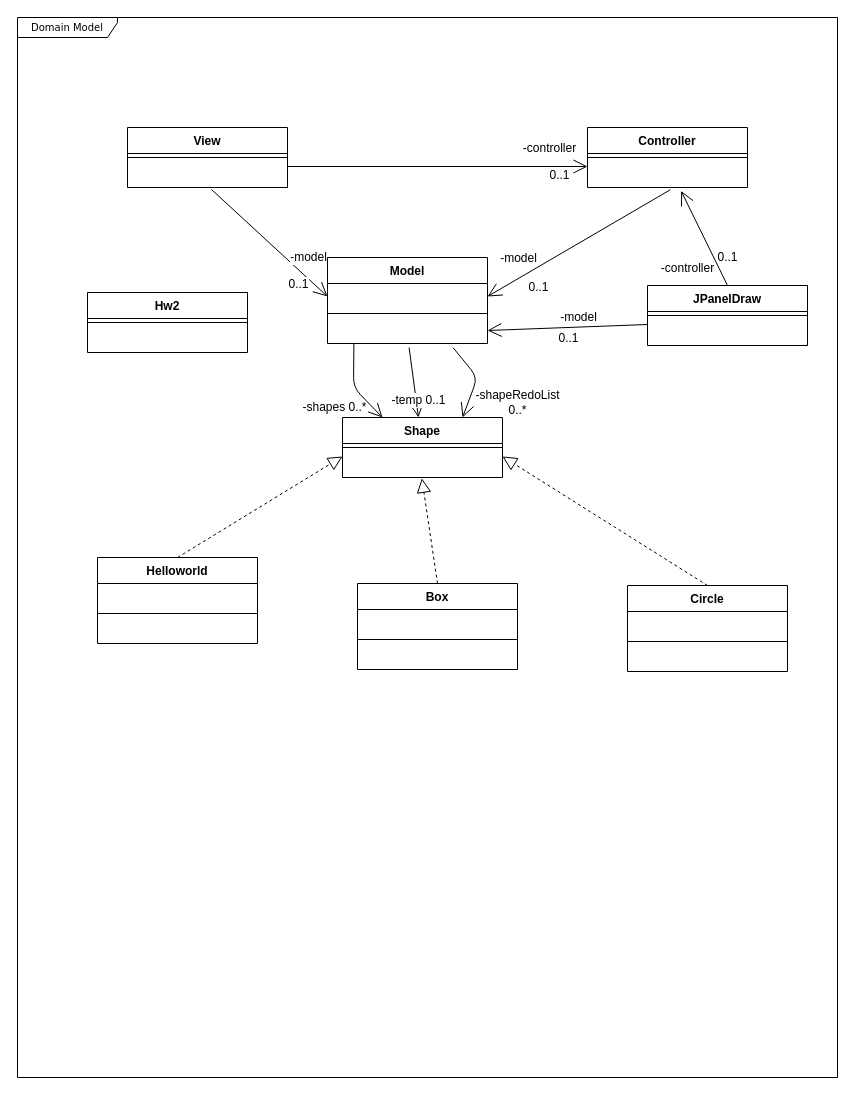
andrewduong77/cse4361 keeps this draw.io diagram as Homework/Homework 2/Domain Model.drawio. Above is the earlier version. Source tidied: cells renumbered, new cells numbered last; positions are measured from the earlier drawing's top-left corner, leaving out a move shared by most shapes. Both pictures are drawn from the tidied source at 100%, with x=0, y=0 at pixel (17, 17).
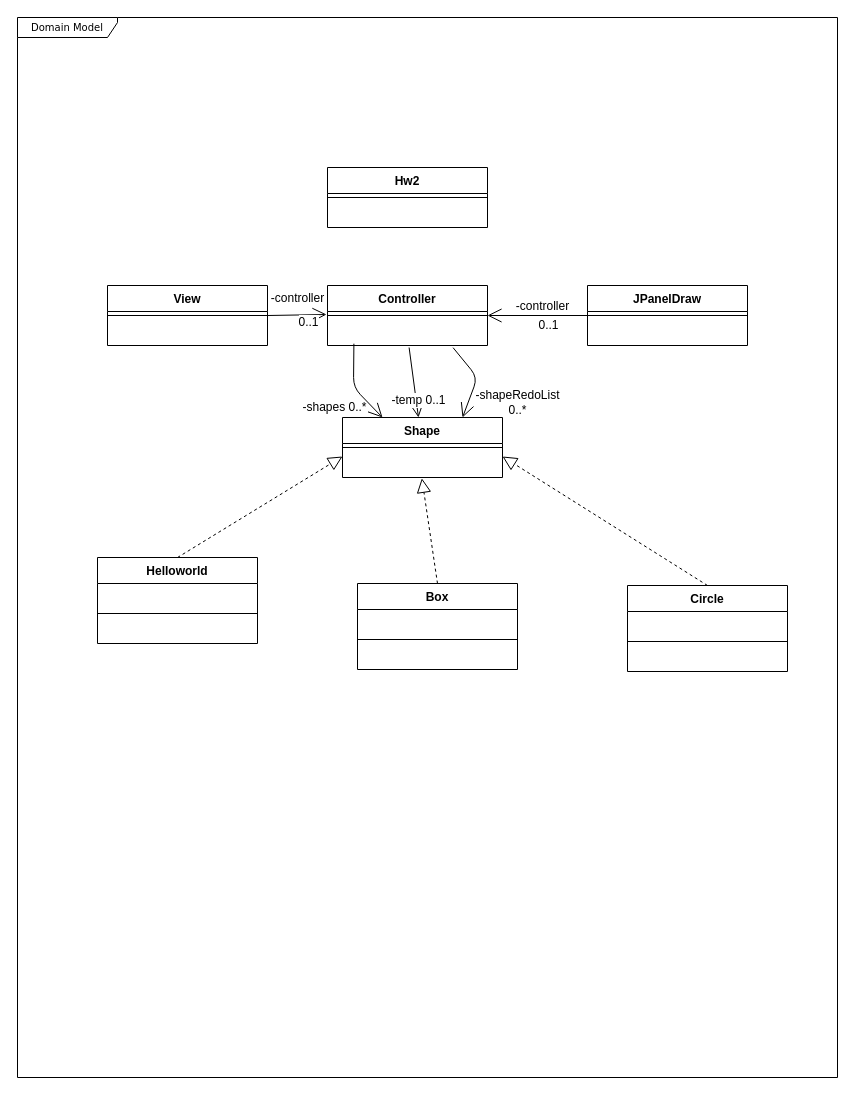
The same diagram, later.

Unchanged cells that the change refers to:
```xml
<mxCell id="5" value=" " style="text;strokeColor=none;fillColor=none;align=left;verticalAlign=top;spacingLeft=4;spacingRight=4;overflow=hidden;points=[[0,0.5],[1,0.5]];portConstraint=eastwest;" parent="3" vertex="1">
  <mxGeometry y="34" width="160" height="26" as="geometry" />
</mxCell>
<mxCell id="8" value=" " style="text;strokeColor=none;fillColor=none;align=left;verticalAlign=top;spacingLeft=4;spacingRight=4;overflow=hidden;points=[[0,0.5],[1,0.5]];portConstraint=eastwest;" parent="6" vertex="1">
  <mxGeometry y="34" width="160" height="26" as="geometry" />
</mxCell>
<mxCell id="19" value="Shape" style="swimlane;fontStyle=1;align=center;verticalAlign=top;horizontal=1;startSize=26;" parent="1" vertex="1">
  <mxGeometry x="325" y="400" width="160" height="60" as="geometry" />
</mxCell>
```

The edit, as a diff of the source:
```diff
@@
     <mxCell id="3" value="View" style="swimlane;fontStyle=1;align=center;verticalAlign=top;horizontal=1;startSize=26;" parent="1" vertex="1">
-      <mxGeometry x="110" y="110" width="160" height="60" as="geometry" />
+      <mxGeometry x="90" y="268" width="160" height="60" as="geometry" />
     </mxCell>
@@
     <mxCell id="6" value="Controller" style="swimlane;fontStyle=1;align=center;verticalAlign=top;horizontal=1;startSize=26;" parent="1" vertex="1">
-      <mxGeometry x="570" y="110" width="160" height="60" as="geometry" />
+      <mxGeometry x="310" y="268" width="160" height="60" as="geometry" />
     </mxCell>
@@
-    <mxCell id="9" value="Model" style="swimlane;fontStyle=1;align=center;verticalAlign=top;horizontal=1;startSize=26;" parent="1" vertex="1">
-      <mxGeometry x="310" y="240" width="160" height="86" as="geometry" />
-    </mxCell>
-    <mxCell id="10" value=" " style="text;strokeColor=none;fillColor=none;align=left;verticalAlign=top;spacingLeft=4;spacingRight=4;overflow=hidden;points=[[0,0.5],[1,0.5]];portConstraint=eastwest;" parent="9" vertex="1">
-      <mxGeometry y="26" width="160" height="26" as="geometry" />
-    </mxCell>
-    <mxCell id="11" style="line;strokeWidth=1;fillColor=none;align=left;verticalAlign=middle;spacingTop=-1;spacingLeft=3;spacingRight=3;labelPosition=right;" parent="9" vertex="1">
-      <mxGeometry y="52" width="160" height="8" as="geometry" />
-    </mxCell>
-    <mxCell id="12" value=" " style="text;strokeColor=none;fillColor=none;align=left;verticalAlign=top;spacingLeft=4;spacingRight=4;overflow=hidden;points=[[0,0.5],[1,0.5]];portConstraint=eastwest;" parent="9" vertex="1">
-      <mxGeometry y="60" width="160" height="26" as="geometry" />
-    </mxCell>
     <mxCell id="13" value="JPanelDraw" style="swimlane;fontStyle=1;align=center;verticalAlign=top;horizontal=1;startSize=26;" parent="1" vertex="1">
-      <mxGeometry x="630" y="268" width="160" height="60" as="geometry" />
+      <mxGeometry x="570" y="268" width="160" height="60" as="geometry" />
     </mxCell>
@@
     <mxCell id="16" value="Hw2" style="swimlane;fontStyle=1;align=center;verticalAlign=top;horizontal=1;startSize=26;" parent="1" vertex="1">
-      <mxGeometry x="70" y="275" width="160" height="60" as="geometry" />
+      <mxGeometry x="310" y="150" width="160" height="60" as="geometry" />
     </mxCell>
@@
-    <mxCell id="35" style="endArrow=open;endFill=1;endSize=12;html=1;exitX=1;exitY=0.5;exitDx=0;exitDy=0;entryX=0;entryY=0.5;entryDx=0;entryDy=0;" parent="1" edge="1">
-      <mxGeometry relative="1" as="geometry">
-        <mxPoint x="270" y="149" as="sourcePoint" />
-        <mxPoint x="570" y="149" as="targetPoint" />
-      </mxGeometry>
-    </mxCell>
-    <mxCell id="36" value="0..1" style="text;html=1;align=center;verticalAlign=middle;labelBackgroundColor=#ffffff;direction=south;" parent="35" vertex="1">
-      <mxGeometry x="0.78" y="-1" relative="1" as="geometry">
-        <mxPoint x="4" y="7" as="offset" />
-      </mxGeometry>
-    </mxCell>
-    <mxCell id="37" value="-controller" style="text;html=1;align=center;verticalAlign=middle;labelBackgroundColor=#ffffff;" parent="35" vertex="1">
-      <mxGeometry x="0.66" relative="1" as="geometry">
-        <mxPoint x="12" y="-19" as="offset" />
-      </mxGeometry>
-    </mxCell>
-    <mxCell id="38" style="endArrow=open;endFill=1;endSize=12;html=1;exitX=0.525;exitY=1.077;exitDx=0;exitDy=0;exitPerimeter=0;entryX=0;entryY=0.5;entryDx=0;entryDy=0;" parent="1" edge="1" source="5" target="10">
+    <mxCell id="38" style="endArrow=open;endFill=1;endSize=12;html=1;exitX=1;exitY=0.5;exitDx=0;exitDy=0;entryX=-0.006;entryY=-0.192;entryDx=0;entryDy=0;entryPerimeter=0;" parent="1" edge="1" source="3" target="8">
       <mxGeometry relative="1" as="geometry" />
     </mxCell>
@@
-    <mxCell id="40" value="-model" style="text;html=1;align=center;verticalAlign=middle;labelBackgroundColor=#ffffff;" parent="38" vertex="1">
+    <mxCell id="40" value="-controller" style="text;html=1;align=center;verticalAlign=middle;labelBackgroundColor=#ffffff;" parent="38" vertex="1">
       <mxGeometry x="0.52" relative="1" as="geometry">
-        <mxPoint x="8" y="-13.5" as="offset" />
+        <mxPoint x="-15" y="-17" as="offset" />
       </mxGeometry>
     </mxCell>
-    <mxCell id="41" style="endArrow=open;endFill=1;endSize=12;html=1;exitX=0.518;exitY=1.085;exitDx=0;exitDy=0;exitPerimeter=0;entryX=1;entryY=0.5;entryDx=0;entryDy=0;" parent="1" edge="1" source="8" target="10">
-      <mxGeometry relative="1" as="geometry" />
-    </mxCell>
-    <mxCell id="42" value="0..1" style="text;html=1;align=center;verticalAlign=middle;labelBackgroundColor=#ffffff;" parent="41" vertex="1">
-      <mxGeometry x="0.44" y="4" relative="1" as="geometry">
-        <mxPoint x="-3.5" y="17.5" as="offset" />
-      </mxGeometry>
-    </mxCell>
-    <mxCell id="43" value="-model" style="text;html=1;align=center;verticalAlign=middle;labelBackgroundColor=#ffffff;" parent="41" vertex="1">
-      <mxGeometry x="0.37" y="1" relative="1" as="geometry">
-        <mxPoint x="-28" y="-6" as="offset" />
-      </mxGeometry>
-    </mxCell>
-    <mxCell id="44" style="endArrow=open;endFill=1;endSize=12;html=1;exitX=0;exitY=0.5;exitDx=0;exitDy=0;entryX=1;entryY=0.5;entryDx=0;entryDy=0;" parent="1" edge="1" target="12">
-      <mxGeometry relative="1" as="geometry">
-        <mxPoint x="630" y="307" as="sourcePoint" />
-      </mxGeometry>
+    <mxCell id="44" style="endArrow=open;endFill=1;endSize=12;html=1;exitX=0;exitY=0.5;exitDx=0;exitDy=0;entryX=1;entryY=0.5;entryDx=0;entryDy=0;" parent="1" edge="1" source="13" target="6">
+      <mxGeometry relative="1" as="geometry" />
     </mxCell>
-    <mxCell id="45" value="-model" style="text;html=1;align=center;verticalAlign=middle;labelBackgroundColor=#ffffff;" parent="44" vertex="1">
+    <mxCell id="45" value="-controller" style="text;html=1;align=center;verticalAlign=middle;labelBackgroundColor=#ffffff;" parent="44" vertex="1">
       <mxGeometry x="-0.19" relative="1" as="geometry">
         <mxPoint x="-5" y="-9.5" as="offset" />
       </mxGeometry>
     </mxCell>
@@
-    <mxCell id="47" style="endArrow=open;endFill=1;endSize=12;html=1;exitX=0.51;exitY=1.154;exitDx=0;exitDy=0;exitPerimeter=0;" parent="1" edge="1" source="12" target="19">
-      <mxGeometry relative="1" as="geometry" />
+    <mxCell id="47" style="endArrow=open;endFill=1;endSize=12;html=1;exitX=0.51;exitY=1.154;exitDx=0;exitDy=0;exitPerimeter=0;" parent="1" edge="1" target="19">
+      <mxGeometry relative="1" as="geometry">
+        <mxPoint x="391.6" y="330" as="sourcePoint" />
+      </mxGeometry>
     </mxCell>
@@
-    <mxCell id="51" style="endArrow=open;endFill=1;endSize=12;html=1;entryX=0.585;entryY=1.131;entryDx=0;entryDy=0;entryPerimeter=0;exitX=0.5;exitY=0;exitDx=0;exitDy=0;" parent="1" edge="1" source="13" target="8">
-      <mxGeometry relative="1" as="geometry" />
-    </mxCell>
-    <mxCell id="52" value="-controller" style="text;html=1;align=center;verticalAlign=middle;labelBackgroundColor=#ffffff;" parent="51" vertex="1">
-      <mxGeometry x="-0.31" y="2" relative="1" as="geometry">
-        <mxPoint x="-22.5" y="13.5" as="offset" />
-      </mxGeometry>
-    </mxCell>
-    <mxCell id="53" value="0..1" style="text;html=1;align=center;verticalAlign=middle;labelBackgroundColor=#ffffff;" parent="51" vertex="1">
-      <mxGeometry x="-0.2" y="-1" relative="1" as="geometry">
-        <mxPoint x="17.5" y="10" as="offset" />
-      </mxGeometry>
-    </mxCell>
-    <mxCell id="54" style="endArrow=open;endFill=1;endSize=12;html=1;exitX=0.165;exitY=1.008;exitDx=0;exitDy=0;exitPerimeter=0;entryX=0.25;entryY=0;entryDx=0;entryDy=0;" parent="1" edge="1" source="12" target="19">
+    <mxCell id="54" style="endArrow=open;endFill=1;endSize=12;html=1;exitX=0.165;exitY=1.008;exitDx=0;exitDy=0;exitPerimeter=0;entryX=0.25;entryY=0;entryDx=0;entryDy=0;" parent="1" edge="1" target="19">
       <mxGeometry relative="1" as="geometry">
+        <mxPoint x="336.4" y="326.2" as="sourcePoint" />
         <Array as="points">
           <mxPoint x="336" y="370" />
         </Array>
       </mxGeometry>
     </mxCell>
-    <mxCell id="55" style="endArrow=open;endFill=1;endSize=12;html=1;exitX=0.785;exitY=1.162;exitDx=0;exitDy=0;exitPerimeter=0;entryX=0.75;entryY=0;entryDx=0;entryDy=0;" parent="1" edge="1" source="12" target="19">
+    <mxCell id="55" style="endArrow=open;endFill=1;endSize=12;html=1;exitX=0.785;exitY=1.162;exitDx=0;exitDy=0;exitPerimeter=0;entryX=0.75;entryY=0;entryDx=0;entryDy=0;" parent="1" edge="1" target="19">
       <mxGeometry relative="1" as="geometry">
+        <mxPoint x="435.6" y="330.2" as="sourcePoint" />
         <Array as="points">
           <mxPoint x="460" y="360" />
         </Array>
       </mxGeometry>
     </mxCell>
```
